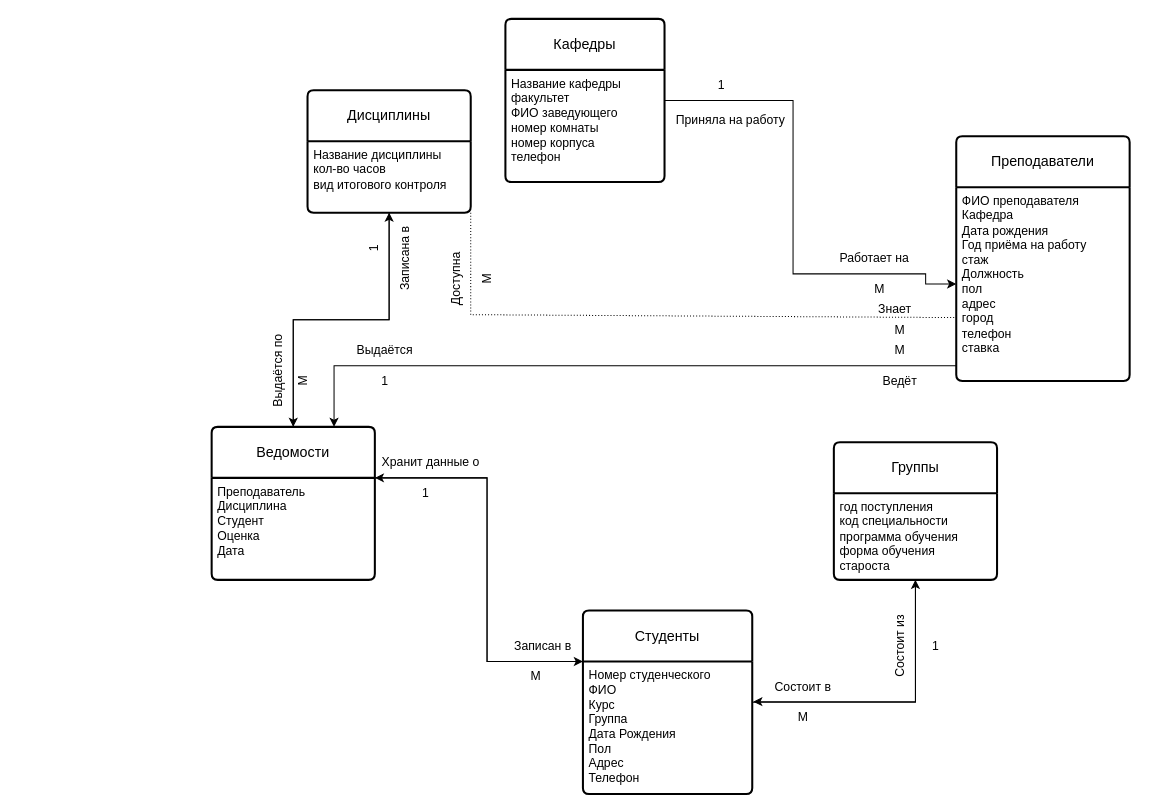
The draw.io diagram page "Страница 1" (1 of 2) of Диаграмма без названия.drawio in OlAntZin18/mirea-progs, before the edit. Source tidied: cells renumbered, new cells numbered last; positions are measured from the earlier drawing's top-left corner, leaving out a move shared by most shapes. Both pictures are drawn from the tidied source at 102%, with x=0, y=0 at pixel (211, 18).
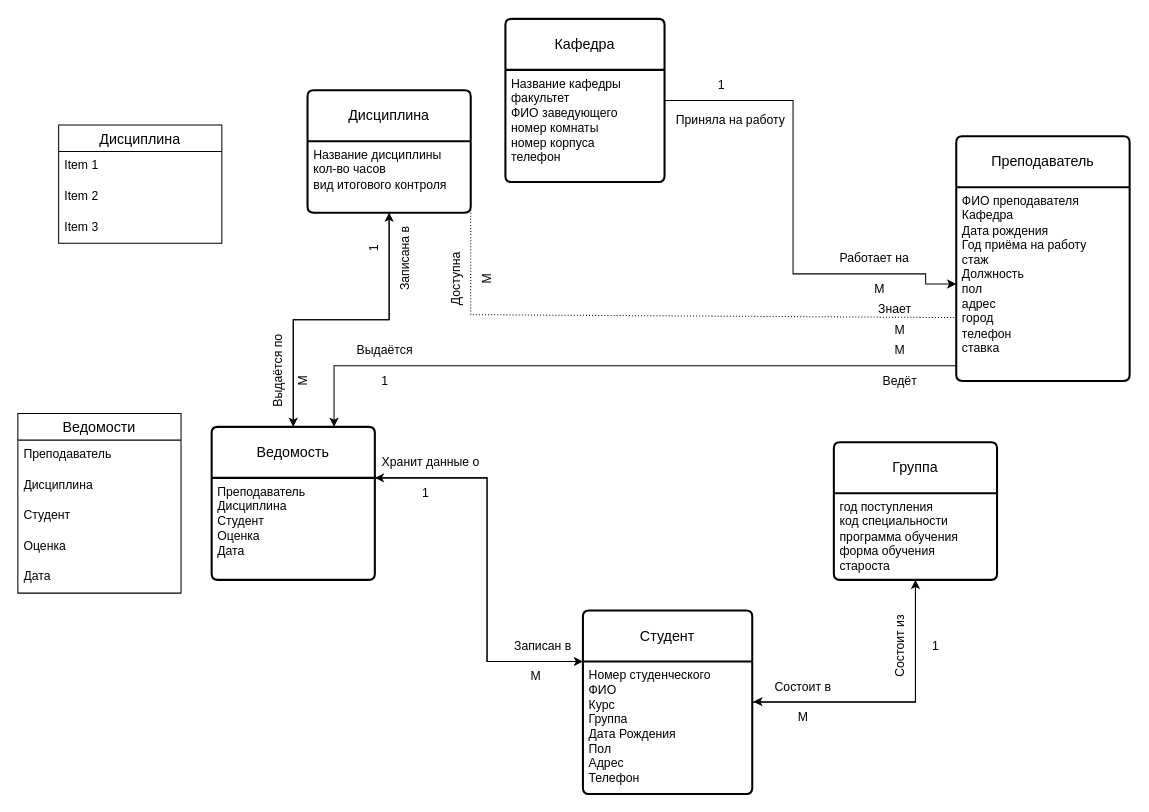
After the change.

What changed in the source:
```diff
@@
-    <mxCell id="2" value="Дисциплины" style="swimlane;horizontal=1;startSize=50;rounded=1;fontSize=14;fontStyle=0;strokeWidth=2;shadow=0;dashed=0;align=center;arcSize=4;whiteSpace=wrap;html=1;" parent="1" vertex="1">
+    <mxCell id="2" value="Дисциплина" style="swimlane;horizontal=1;startSize=50;rounded=1;fontSize=14;fontStyle=0;strokeWidth=2;shadow=0;dashed=0;align=center;arcSize=4;whiteSpace=wrap;html=1;" parent="1" vertex="1">
       <mxGeometry x="94" y="70" width="160" height="120" as="geometry" />
     </mxCell>
@@
-    <mxCell id="6" value="Кафедры" style="swimlane;horizontal=1;startSize=50;rounded=1;fontSize=14;fontStyle=0;strokeWidth=2;shadow=0;dashed=0;align=center;arcSize=4;whiteSpace=wrap;html=1;" parent="1" vertex="1">
+    <mxCell id="6" value="Кафедра" style="swimlane;horizontal=1;startSize=50;rounded=1;fontSize=14;fontStyle=0;strokeWidth=2;shadow=0;dashed=0;align=center;arcSize=4;whiteSpace=wrap;html=1;" parent="1" vertex="1">
       <mxGeometry x="288" width="156" height="160" as="geometry" />
     </mxCell>
@@
-    <mxCell id="9" value="Преподаватели" style="swimlane;horizontal=1;startSize=50;rounded=1;fontSize=14;fontStyle=0;strokeWidth=2;shadow=0;dashed=0;align=center;arcSize=4;whiteSpace=wrap;html=1;" parent="1" vertex="1">
+    <mxCell id="9" value="Преподаватель" style="swimlane;horizontal=1;startSize=50;rounded=1;fontSize=14;fontStyle=0;strokeWidth=2;shadow=0;dashed=0;align=center;arcSize=4;whiteSpace=wrap;html=1;" parent="1" vertex="1">
       <mxGeometry x="730" y="115" width="170" height="240" as="geometry" />
     </mxCell>
@@
-    <mxCell id="12" value="Ведомости" style="swimlane;horizontal=1;startSize=50;rounded=1;fontSize=14;fontStyle=0;strokeWidth=2;shadow=0;dashed=0;align=center;arcSize=4;whiteSpace=wrap;html=1;" parent="1" vertex="1">
+    <mxCell id="12" value="Ведомость" style="swimlane;horizontal=1;startSize=50;rounded=1;fontSize=14;fontStyle=0;strokeWidth=2;shadow=0;dashed=0;align=center;arcSize=4;whiteSpace=wrap;html=1;" parent="1" vertex="1">
       <mxGeometry y="400" width="160" height="150" as="geometry" />
     </mxCell>
@@
-    <mxCell id="16" value="Студенты" style="swimlane;horizontal=1;startSize=50;rounded=1;fontSize=14;fontStyle=0;strokeWidth=2;shadow=0;dashed=0;align=center;arcSize=4;whiteSpace=wrap;html=1;" parent="1" vertex="1">
+    <mxCell id="16" value="Студент" style="swimlane;horizontal=1;startSize=50;rounded=1;fontSize=14;fontStyle=0;strokeWidth=2;shadow=0;dashed=0;align=center;arcSize=4;whiteSpace=wrap;html=1;" parent="1" vertex="1">
       <mxGeometry x="364" y="580" width="166" height="180" as="geometry" />
     </mxCell>
@@
-    <mxCell id="18" value="Группы" style="swimlane;horizontal=1;startSize=50;rounded=1;fontSize=14;fontStyle=0;strokeWidth=2;shadow=0;dashed=0;align=center;arcSize=4;whiteSpace=wrap;html=1;" parent="1" vertex="1">
+    <mxCell id="18" value="Группа" style="swimlane;horizontal=1;startSize=50;rounded=1;fontSize=14;fontStyle=0;strokeWidth=2;shadow=0;dashed=0;align=center;arcSize=4;whiteSpace=wrap;html=1;" parent="1" vertex="1">
       <mxGeometry x="610" y="415" width="160" height="135" as="geometry" />
     </mxCell>
@@
+    <mxCell id="48" value="Ведомости" style="swimlane;fontStyle=0;horizontal=1;startSize=26;align=center;fontSize=14;" parent="1" vertex="1">
+      <mxGeometry x="-190" y="387" width="160" height="176" as="geometry" />
+    </mxCell>
+    <mxCell id="49" value="Преподаватель" style="text;strokeColor=none;fillColor=none;spacingLeft=4;spacingRight=4;overflow=hidden;fontSize=12;whiteSpace=wrap;html=1;" parent="48" vertex="1">
+      <mxGeometry y="26" width="160" height="30" as="geometry" />
+    </mxCell>
+    <mxCell id="50" value="Дисциплина" style="text;strokeColor=none;fillColor=none;spacingLeft=4;spacingRight=4;overflow=hidden;fontSize=12;whiteSpace=wrap;html=1;" parent="48" vertex="1">
+      <mxGeometry y="56" width="160" height="30" as="geometry" />
+    </mxCell>
+    <mxCell id="51" value="Студент" style="text;strokeColor=none;fillColor=none;spacingLeft=4;spacingRight=4;overflow=hidden;fontSize=12;whiteSpace=wrap;html=1;" parent="48" vertex="1">
+      <mxGeometry y="86" width="160" height="30" as="geometry" />
+    </mxCell>
+    <mxCell id="52" value="Оценка" style="text;strokeColor=none;fillColor=none;spacingLeft=4;spacingRight=4;overflow=hidden;fontSize=12;whiteSpace=wrap;html=1;" parent="48" vertex="1">
+      <mxGeometry y="116" width="160" height="30" as="geometry" />
+    </mxCell>
+    <mxCell id="53" value="Дата" style="text;strokeColor=none;fillColor=none;spacingLeft=4;spacingRight=4;overflow=hidden;fontSize=12;whiteSpace=wrap;html=1;" parent="48" vertex="1">
+      <mxGeometry y="146" width="160" height="30" as="geometry" />
+    </mxCell>
+    <mxCell id="54" value="Дисциплина" style="swimlane;fontStyle=0;horizontal=1;startSize=26;align=center;fontSize=14;" parent="1" vertex="1">
+      <mxGeometry x="-150" y="104" width="160" height="116" as="geometry" />
+    </mxCell>
+    <mxCell id="55" value="Item 1" style="text;strokeColor=none;fillColor=none;spacingLeft=4;spacingRight=4;overflow=hidden;fontSize=12;whiteSpace=wrap;html=1;" parent="54" vertex="1">
+      <mxGeometry y="26" width="160" height="30" as="geometry" />
+    </mxCell>
+    <mxCell id="56" value="Item 2" style="text;strokeColor=none;fillColor=none;spacingLeft=4;spacingRight=4;overflow=hidden;fontSize=12;whiteSpace=wrap;html=1;" parent="54" vertex="1">
+      <mxGeometry y="56" width="160" height="30" as="geometry" />
+    </mxCell>
+    <mxCell id="57" value="Item 3" style="text;strokeColor=none;fillColor=none;spacingLeft=4;spacingRight=4;overflow=hidden;fontSize=12;whiteSpace=wrap;html=1;" parent="54" vertex="1">
+      <mxGeometry y="86" width="160" height="30" as="geometry" />
+    </mxCell>
```
